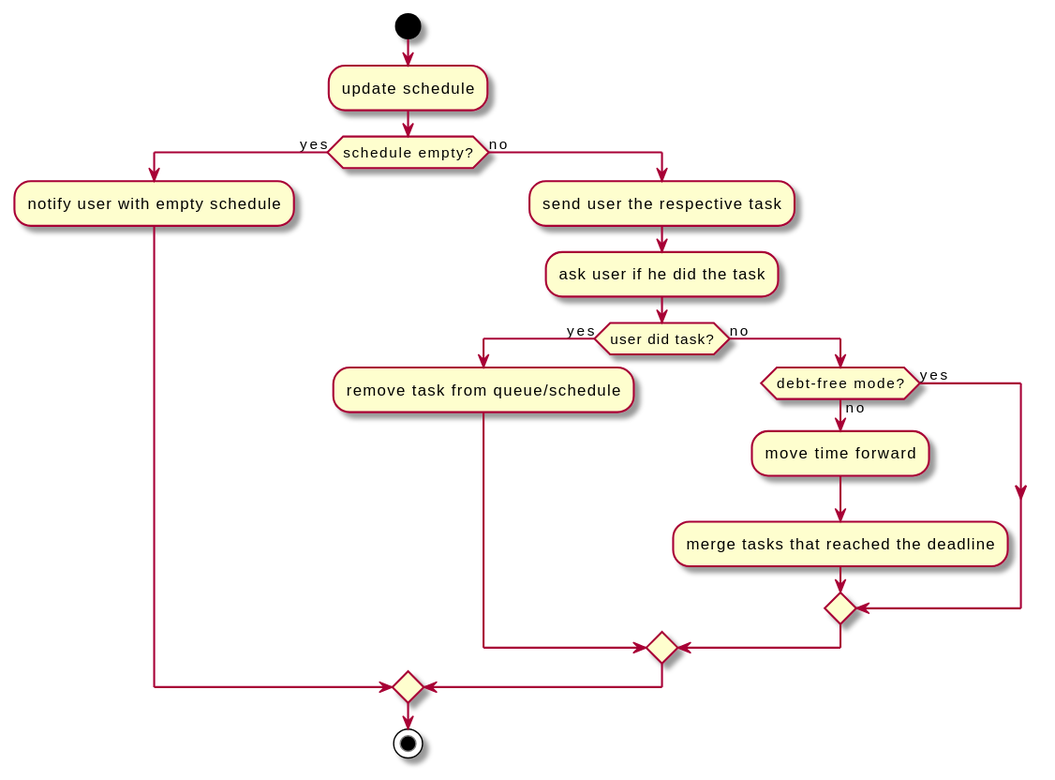
Ozhead/household_schedule keeps this PlantUML diagram as plantuml/daily_workflow.svg. Above is the earlier version.
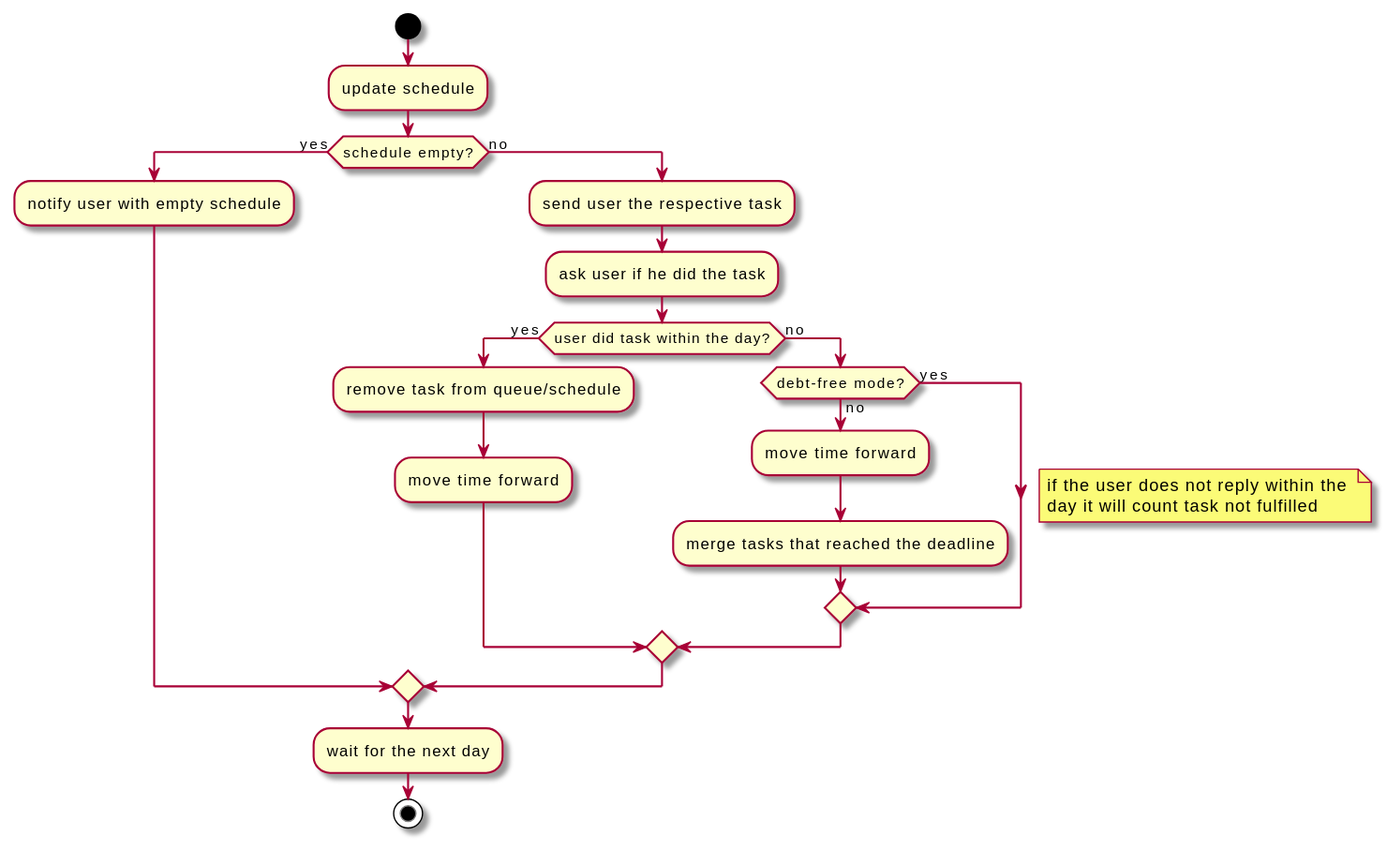
After the change.

Change to the diagram source:
```diff
@@ -8,8 +8,13 @@
   :send user the respective task;
   :ask user if he did the task;
 
-  if (user did task?) then (yes)
+  if (user did task within the day?) then (yes)
+    note right
+    if the user does not reply within the
+    day it will count task not fulfilled
+    end note
     :remove task from queue/schedule;
+    :move time forward;
   else (no)
 
     if (debt-free mode?) then (yes)
@@ -21,6 +26,6 @@
   endif
 
 endif
-
+:wait for the next day;
 stop
 @enduml
```
